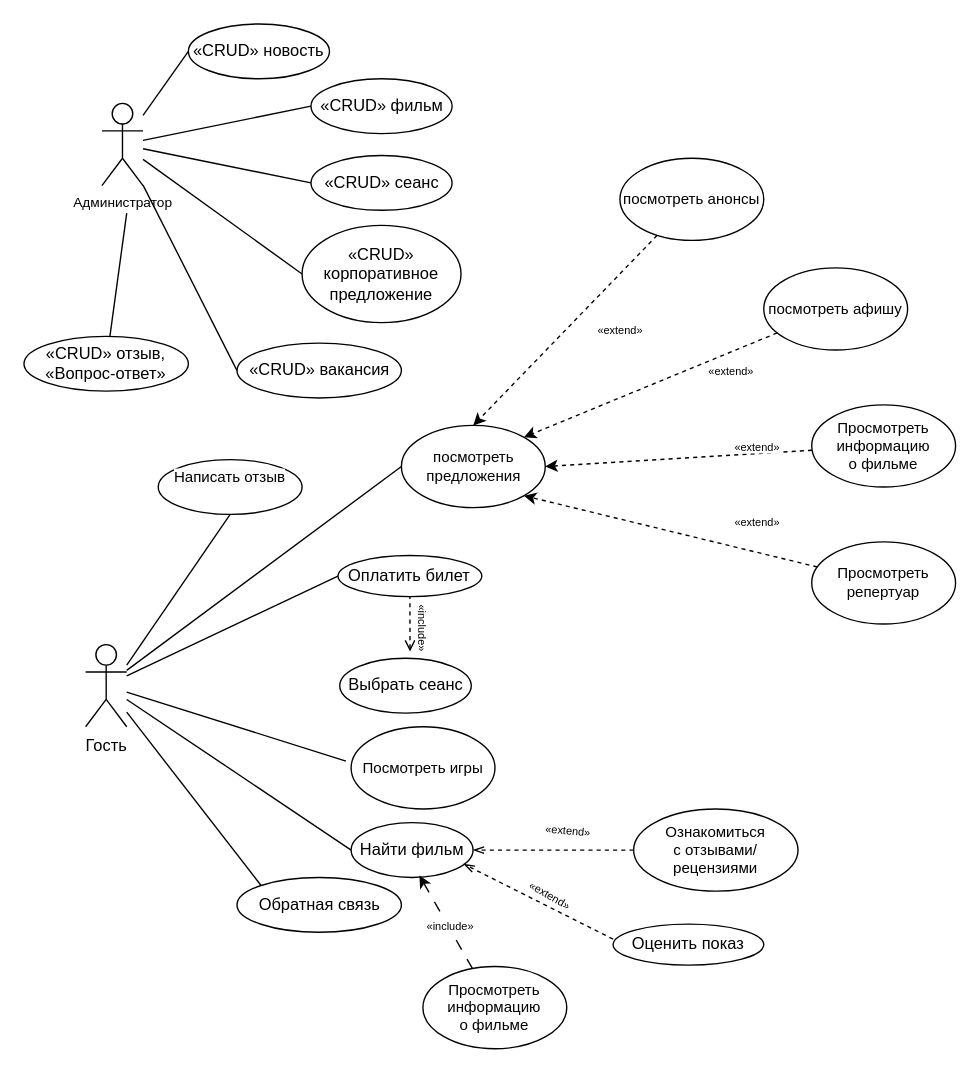
This is page "Fakel" (3 of 3) of Диаграммы_вариантов_использования.drawio from ANDaniell/-design-practice, a draw.io file, before an edit. Source tidied: cells renumbered, new cells numbered last; positions are measured from the earlier drawing's top-left corner, leaving out a move shared by most shapes. Both pictures are drawn from the tidied source at 137%, with x=0, y=0 at pixel (23, 23).
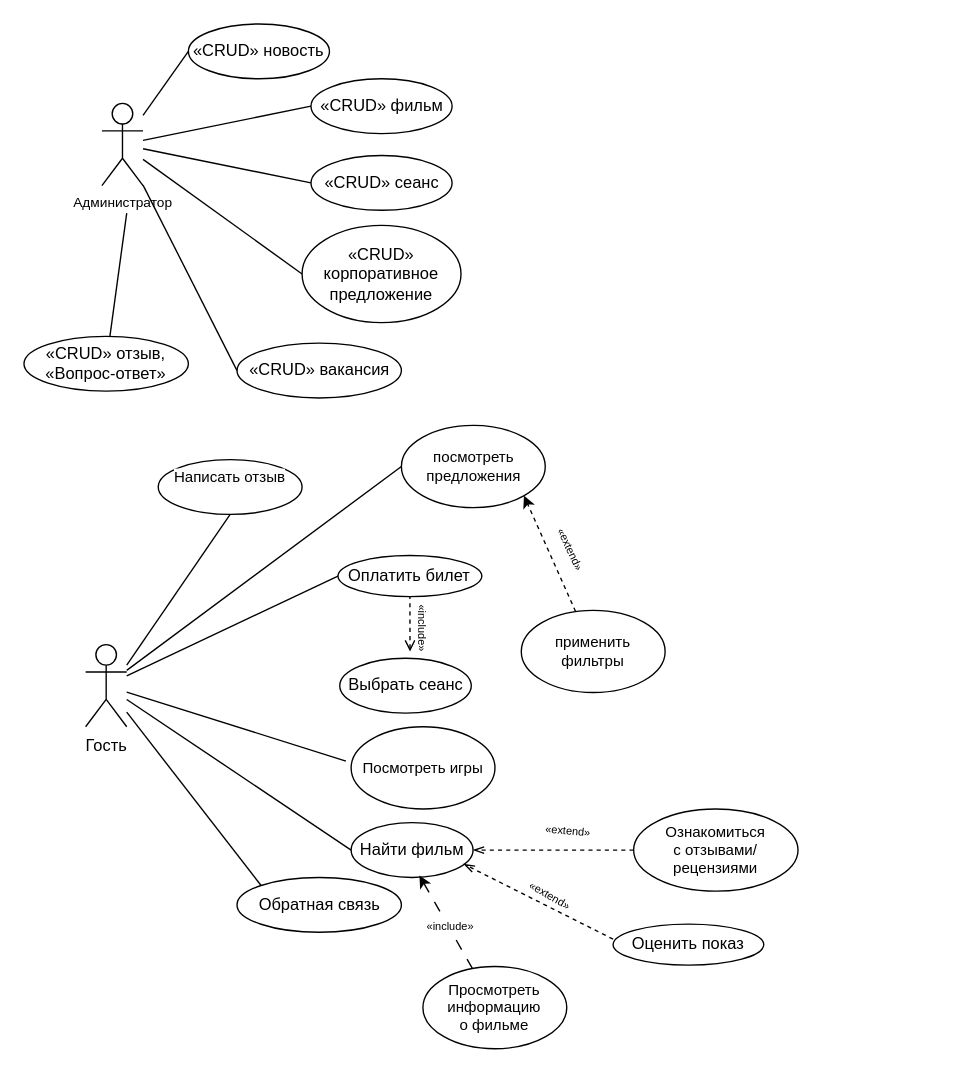
Above is the later version.

Unchanged cells that the change refers to:
```xml
<mxCell id="18" value="&lt;div style=&quot;font-size: 11px;&quot;&gt;посмотреть предложения&lt;/div&gt;" style="ellipse;whiteSpace=wrap;html=1;fontSize=11;" parent="1" vertex="1">
  <mxGeometry x="275.5" y="293" width="105" height="60" as="geometry" />
</mxCell>
```

The edit, as a diff of the source:
```diff
@@
-    <mxCell id="19" style="rounded=0;jettySize=auto;html=1;entryX=0.5;entryY=0;entryDx=0;entryDy=0;dashed=1;" parent="1" edge="1" source="20" target="18">
+    <mxCell id="19" style="rounded=0;jettySize=auto;html=1;entryX=1;entryY=1;entryDx=0;entryDy=0;dashed=1;" parent="1" edge="1" source="20" target="18">
       <mxGeometry relative="1" as="geometry" />
     </mxCell>
-    <mxCell id="20" value="&lt;div style=&quot;font-size: 11px;&quot;&gt;посмотреть анонсы&lt;/div&gt;" style="ellipse;whiteSpace=wrap;html=1;fontSize=11;" parent="1" vertex="1">
-      <mxGeometry x="435" y="98" width="105" height="60" as="geometry" />
+    <mxCell id="20" value="&lt;div&gt;применить фильтры&lt;/div&gt;" style="ellipse;whiteSpace=wrap;html=1;fontSize=11;" parent="1" vertex="1">
+      <mxGeometry x="363" y="428" width="105" height="60" as="geometry" />
     </mxCell>
-    <mxCell id="21" style="rounded=0;jettySize=auto;html=1;dashed=1;entryX=1;entryY=0;entryDx=0;entryDy=0;" parent="1" edge="1" source="22" target="18">
-      <mxGeometry relative="1" as="geometry" />
-    </mxCell>
-    <mxCell id="22" value="&lt;div style=&quot;font-size: 11px;&quot;&gt;посмотреть афишу&lt;/div&gt;" style="ellipse;whiteSpace=wrap;html=1;fontSize=11;" parent="1" vertex="1">
-      <mxGeometry x="540" y="178" width="105" height="60" as="geometry" />
-    </mxCell>
-    <mxCell id="23" style="rounded=0;jettySize=auto;html=1;dashed=1;entryX=1;entryY=0.5;entryDx=0;entryDy=0;" parent="1" edge="1" source="24" target="18">
-      <mxGeometry relative="1" as="geometry" />
-    </mxCell>
-    <mxCell id="24" value="&lt;div style=&quot;font-size: 11px;&quot;&gt;Просмотреть информацию&lt;/div&gt;&lt;div style=&quot;font-size: 11px;&quot;&gt;о фильме&lt;/div&gt;" style="ellipse;whiteSpace=wrap;html=1;fontSize=11;" parent="1" vertex="1">
-      <mxGeometry x="575" y="278" width="105" height="60" as="geometry" />
-    </mxCell>
-    <mxCell id="25" style="rounded=0;jettySize=auto;html=1;entryX=1;entryY=1;entryDx=0;entryDy=0;dashed=1;" parent="1" edge="1" source="26" target="18">
-      <mxGeometry relative="1" as="geometry" />
-    </mxCell>
-    <mxCell id="26" value="&lt;div style=&quot;font-size: 11px;&quot;&gt;Просмотреть репертуар&lt;/div&gt;" style="ellipse;whiteSpace=wrap;html=1;fontSize=11;" parent="1" vertex="1">
-      <mxGeometry x="575" y="378" width="105" height="60" as="geometry" />
-    </mxCell>
@@
-    <mxCell id="28" value="&lt;span style=&quot;font-size: 8px; background-color: rgb(255, 255, 255);&quot;&gt;«extend»&lt;/span&gt;" style="text;html=1;align=center;verticalAlign=middle;strokeColor=none;fillColor=none;" parent="1" vertex="1">
-      <mxGeometry x="405" y="208" width="60" height="30" as="geometry" />
-    </mxCell>
@@
-    <mxCell id="31" value="&lt;span style=&quot;font-size: 8px; background-color: rgb(255, 255, 255);&quot;&gt;«extend»&lt;/span&gt;" style="text;html=1;align=center;verticalAlign=middle;strokeColor=none;fillColor=none;" parent="1" vertex="1">
-      <mxGeometry x="485.8" y="238" width="60" height="30" as="geometry" />
+    <mxCell id="31" value="&lt;span style=&quot;font-size: 8px; background-color: rgb(255, 255, 255);&quot;&gt;«extend»&lt;/span&gt;" style="text;html=1;align=center;verticalAlign=middle;strokeColor=none;fillColor=none;rotation=65;" parent="1" vertex="1">
+      <mxGeometry x="370" y="368" width="60" height="30" as="geometry" />
     </mxCell>
-    <mxCell id="32" value="&lt;span style=&quot;font-size: 8px; background-color: rgb(255, 255, 255);&quot;&gt;«extend»&lt;/span&gt;" style="text;html=1;align=center;verticalAlign=middle;strokeColor=none;fillColor=none;" parent="1" vertex="1">
-      <mxGeometry x="505" y="293" width="60" height="30" as="geometry" />
-    </mxCell>
-    <mxCell id="33" value="&lt;span style=&quot;font-size: 8px; background-color: rgb(255, 255, 255);&quot;&gt;«extend»&lt;/span&gt;" style="text;html=1;align=center;verticalAlign=middle;strokeColor=none;fillColor=none;" parent="1" vertex="1">
-      <mxGeometry x="505" y="348" width="60" height="30" as="geometry" />
-    </mxCell>
```
